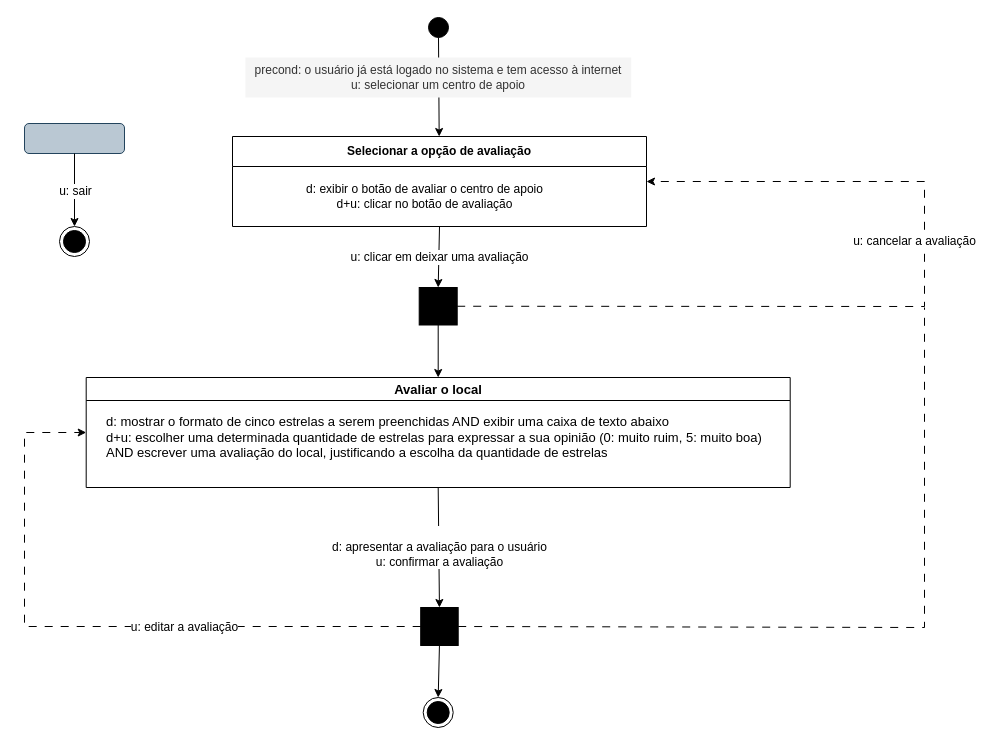
manuelamfo/TP-IHC-2024-2 keeps this draw.io diagram as tp ihc - modelagem de interação avaliação.drawio. Above is the earlier version. Source tidied: cells renumbered, new cells numbered last; positions are measured from the earlier drawing's top-left corner, leaving out a move shared by most shapes. Both pictures are drawn from the tidied source at 100%, with x=0, y=0 at pixel (24, 17).
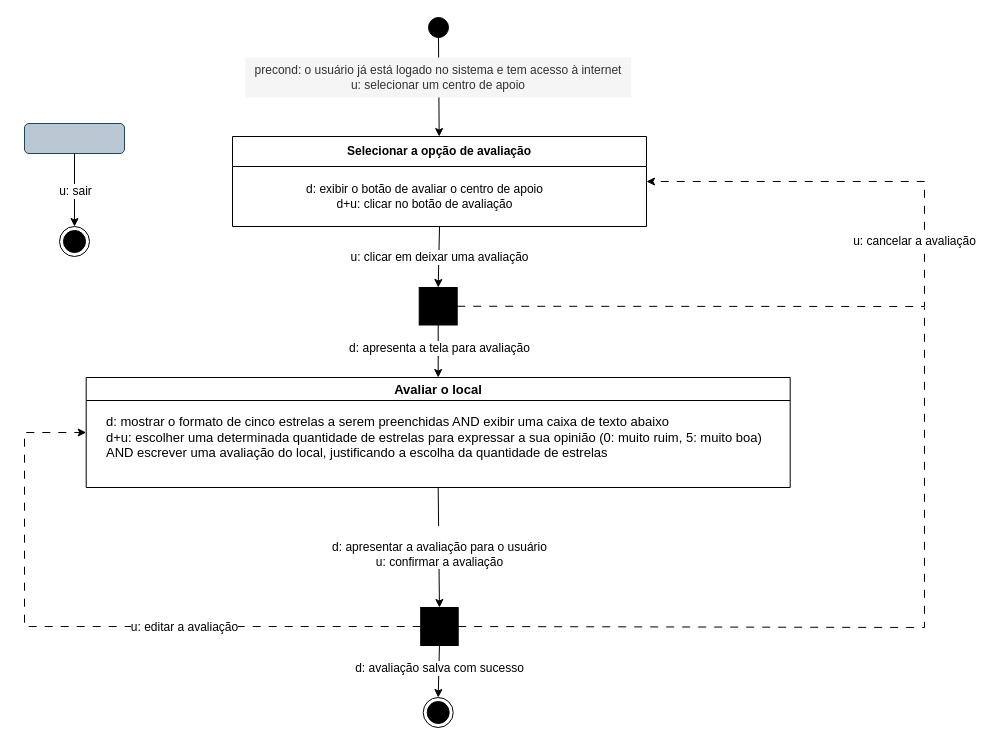
The same page after the edit.

Change to the diagram source:
```diff
@@
+    <mxCell id="27" value="d: apresenta a tela para avaliação" style="edgeLabel;html=1;align=center;verticalAlign=middle;fontSize=12;" parent="1" vertex="1">
+      <mxGeometry x="414" y="330" as="geometry" />
+    </mxCell>
+    <mxCell id="28" value="d: avaliação salva com sucesso" style="edgeLabel;html=1;align=center;verticalAlign=middle;fontSize=12;" parent="1" vertex="1">
+      <mxGeometry x="414" y="650" as="geometry" />
+    </mxCell>
```
